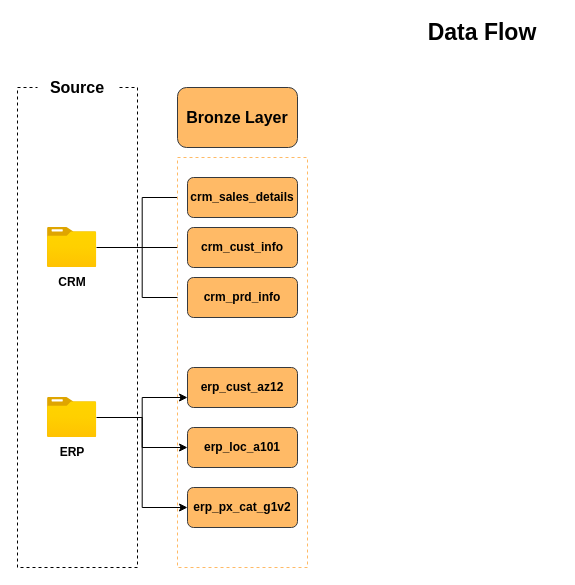
Above: docs/Data_Flow.drawio in Mahdi88BH/Data_WareHouse_Project (draw.io), before the change. Source tidied: cells renumbered, new cells numbered last; positions are measured from the earlier drawing's top-left corner, leaving out a move shared by most shapes. Both pictures are drawn from the tidied source at 100%, with x=0, y=0 at pixel (17, 17).
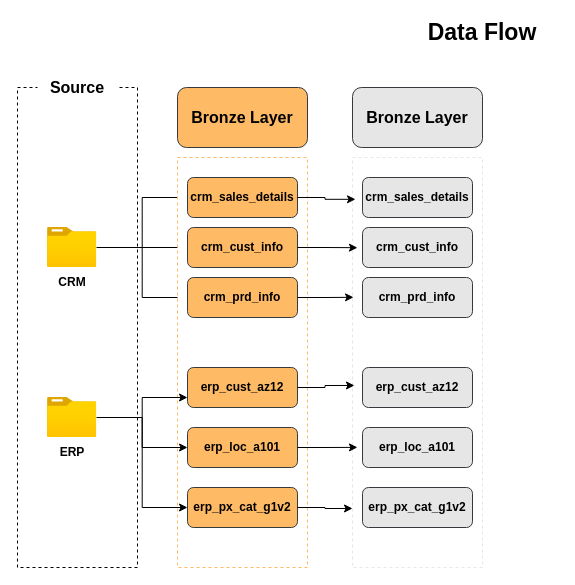
The same page after the edit.

Unchanged cells that the change refers to:
```xml
<mxCell id="11" value="&lt;b&gt;&lt;font style=&quot;color: rgb(0, 0, 0);&quot;&gt;crm_sales_details&lt;/font&gt;&lt;/b&gt;" style="rounded=1;whiteSpace=wrap;html=1;fillColor=#FFBA66;strokeColor=#36393d;" parent="1" vertex="1">
  <mxGeometry x="170" y="160" width="110" height="40" as="geometry" />
</mxCell>
<mxCell id="12" value="&lt;b&gt;&lt;font style=&quot;color: rgb(0, 0, 0);&quot;&gt;crm_cust_info&lt;/font&gt;&lt;/b&gt;" style="rounded=1;whiteSpace=wrap;html=1;fillColor=#FFBA66;strokeColor=#36393d;" parent="1" vertex="1">
  <mxGeometry x="170" y="210" width="110" height="40" as="geometry" />
</mxCell>
<mxCell id="13" value="&lt;b&gt;&lt;font style=&quot;color: rgb(0, 0, 0);&quot;&gt;crm_prd_info&lt;/font&gt;&lt;/b&gt;" style="rounded=1;whiteSpace=wrap;html=1;fillColor=#FFBA66;strokeColor=#36393d;" parent="1" vertex="1">
  <mxGeometry x="170" y="260" width="110" height="40" as="geometry" />
</mxCell>
<mxCell id="18" value="&lt;b&gt;&lt;font style=&quot;color: rgb(0, 0, 0);&quot;&gt;erp_cust_az12&lt;/font&gt;&lt;/b&gt;" style="rounded=1;whiteSpace=wrap;html=1;fillColor=#FFBA66;strokeColor=#36393d;" parent="1" vertex="1">
  <mxGeometry x="170" y="350" width="110" height="40" as="geometry" />
</mxCell>
<mxCell id="19" value="&lt;b&gt;&lt;font style=&quot;color: rgb(0, 0, 0);&quot;&gt;erp_loc_a101&lt;/font&gt;&lt;/b&gt;" style="rounded=1;whiteSpace=wrap;html=1;fillColor=#FFBA66;strokeColor=#36393d;" parent="1" vertex="1">
  <mxGeometry x="170" y="410" width="110" height="40" as="geometry" />
</mxCell>
<mxCell id="20" value="&lt;b&gt;&lt;font style=&quot;color: rgb(0, 0, 0);&quot;&gt;erp_px_cat_g1v2&lt;/font&gt;&lt;/b&gt;" style="rounded=1;whiteSpace=wrap;html=1;fillColor=#FFBA66;strokeColor=#36393d;" parent="1" vertex="1">
  <mxGeometry x="170" y="470" width="110" height="40" as="geometry" />
</mxCell>
```

The edit, as a diff of the source:
```diff
@@
     <mxCell id="10" value="&lt;b&gt;&lt;font style=&quot;font-size: 16px; color: rgb(0, 0, 0);&quot;&gt;Bronze Layer&lt;/font&gt;&lt;/b&gt;" style="rounded=1;whiteSpace=wrap;html=1;fillColor=#FFBA66;strokeColor=#36393d;" parent="1" vertex="1">
-      <mxGeometry x="160" y="70" width="120" height="60" as="geometry" />
+      <mxGeometry x="160" y="70" width="130" height="60" as="geometry" />
     </mxCell>
@@
+    <mxCell id="23" style="rounded=0;whiteSpace=wrap;html=1;strokeColor=#E6E6E6;dashed=1;" parent="1" vertex="1">
+      <mxGeometry x="335" y="140" width="130" height="410" as="geometry" />
+    </mxCell>
+    <mxCell id="24" value="&lt;b&gt;&lt;font style=&quot;font-size: 16px; color: rgb(0, 0, 0);&quot;&gt;Bronze Layer&lt;/font&gt;&lt;/b&gt;" style="rounded=1;whiteSpace=wrap;html=1;fillColor=#E6E6E6;strokeColor=#36393d;" parent="1" vertex="1">
+      <mxGeometry x="335" y="70" width="130" height="60" as="geometry" />
+    </mxCell>
+    <mxCell id="25" value="&lt;b&gt;&lt;font style=&quot;color: rgb(0, 0, 0);&quot;&gt;crm_sales_details&lt;/font&gt;&lt;/b&gt;" style="rounded=1;whiteSpace=wrap;html=1;fillColor=#E6E6E6;strokeColor=#36393d;" parent="1" vertex="1">
+      <mxGeometry x="345" y="160" width="110" height="40" as="geometry" />
+    </mxCell>
+    <mxCell id="26" value="&lt;b&gt;&lt;font style=&quot;color: rgb(0, 0, 0);&quot;&gt;crm_cust_info&lt;/font&gt;&lt;/b&gt;" style="rounded=1;whiteSpace=wrap;html=1;fillColor=#E6E6E6;strokeColor=#36393d;" parent="1" vertex="1">
+      <mxGeometry x="345" y="210" width="110" height="40" as="geometry" />
+    </mxCell>
+    <mxCell id="27" value="&lt;b&gt;&lt;font style=&quot;color: rgb(0, 0, 0);&quot;&gt;crm_prd_info&lt;/font&gt;&lt;/b&gt;" style="rounded=1;whiteSpace=wrap;html=1;fillColor=#E6E6E6;strokeColor=#36393d;" parent="1" vertex="1">
+      <mxGeometry x="345" y="260" width="110" height="40" as="geometry" />
+    </mxCell>
+    <mxCell id="28" value="&lt;b&gt;&lt;font style=&quot;color: rgb(0, 0, 0);&quot;&gt;erp_cust_az12&lt;/font&gt;&lt;/b&gt;" style="rounded=1;whiteSpace=wrap;html=1;fillColor=#E6E6E6;strokeColor=#36393d;" parent="1" vertex="1">
+      <mxGeometry x="345" y="350" width="110" height="40" as="geometry" />
+    </mxCell>
+    <mxCell id="29" value="&lt;b&gt;&lt;font style=&quot;color: rgb(0, 0, 0);&quot;&gt;erp_loc_a101&lt;/font&gt;&lt;/b&gt;" style="rounded=1;whiteSpace=wrap;html=1;fillColor=#E6E6E6;strokeColor=#36393d;" parent="1" vertex="1">
+      <mxGeometry x="345" y="410" width="110" height="40" as="geometry" />
+    </mxCell>
+    <mxCell id="30" value="&lt;b&gt;&lt;font style=&quot;color: rgb(0, 0, 0);&quot;&gt;erp_px_cat_g1v2&lt;/font&gt;&lt;/b&gt;" style="rounded=1;whiteSpace=wrap;html=1;fillColor=#E6E6E6;strokeColor=#36393d;" parent="1" vertex="1">
+      <mxGeometry x="345" y="470" width="110" height="40" as="geometry" />
+    </mxCell>
+    <mxCell id="31" style="edgeStyle=orthogonalEdgeStyle;rounded=0;jettySize=auto;html=1;entryX=0.038;entryY=0.22;entryDx=0;entryDy=0;entryPerimeter=0;" parent="1" edge="1" source="12" target="23">
+      <mxGeometry relative="1" as="geometry" />
+    </mxCell>
+    <mxCell id="32" style="edgeStyle=orthogonalEdgeStyle;rounded=0;jettySize=auto;html=1;entryX=0.008;entryY=0.341;entryDx=0;entryDy=0;entryPerimeter=0;" parent="1" edge="1" source="13" target="23">
+      <mxGeometry relative="1" as="geometry" />
+    </mxCell>
+    <mxCell id="33" style="edgeStyle=orthogonalEdgeStyle;rounded=0;jettySize=auto;html=1;entryX=0.023;entryY=0.102;entryDx=0;entryDy=0;entryPerimeter=0;" parent="1" edge="1" source="11" target="23">
+      <mxGeometry relative="1" as="geometry" />
+    </mxCell>
+    <mxCell id="34" style="edgeStyle=orthogonalEdgeStyle;rounded=0;jettySize=auto;html=1;entryX=0.015;entryY=0.556;entryDx=0;entryDy=0;entryPerimeter=0;" parent="1" edge="1" source="18" target="23">
+      <mxGeometry relative="1" as="geometry" />
+    </mxCell>
+    <mxCell id="35" style="edgeStyle=orthogonalEdgeStyle;rounded=0;jettySize=auto;html=1;entryX=0.038;entryY=0.707;entryDx=0;entryDy=0;entryPerimeter=0;" parent="1" edge="1" source="19" target="23">
+      <mxGeometry relative="1" as="geometry" />
+    </mxCell>
+    <mxCell id="36" style="edgeStyle=orthogonalEdgeStyle;rounded=0;jettySize=auto;html=1;entryX=0;entryY=0.856;entryDx=0;entryDy=0;entryPerimeter=0;" parent="1" edge="1" source="20" target="23">
+      <mxGeometry relative="1" as="geometry" />
+    </mxCell>
```
